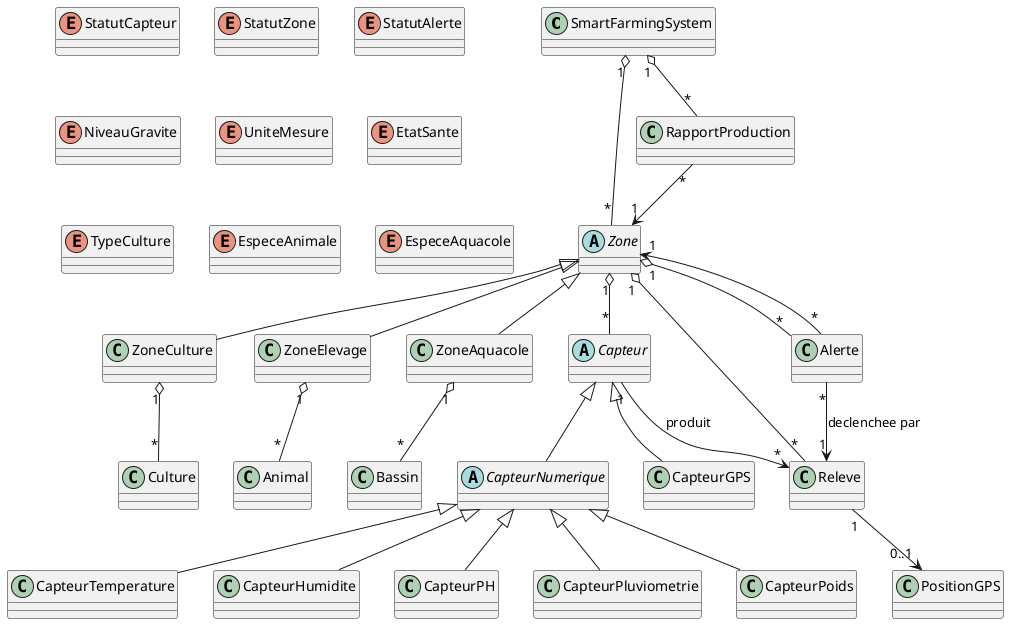
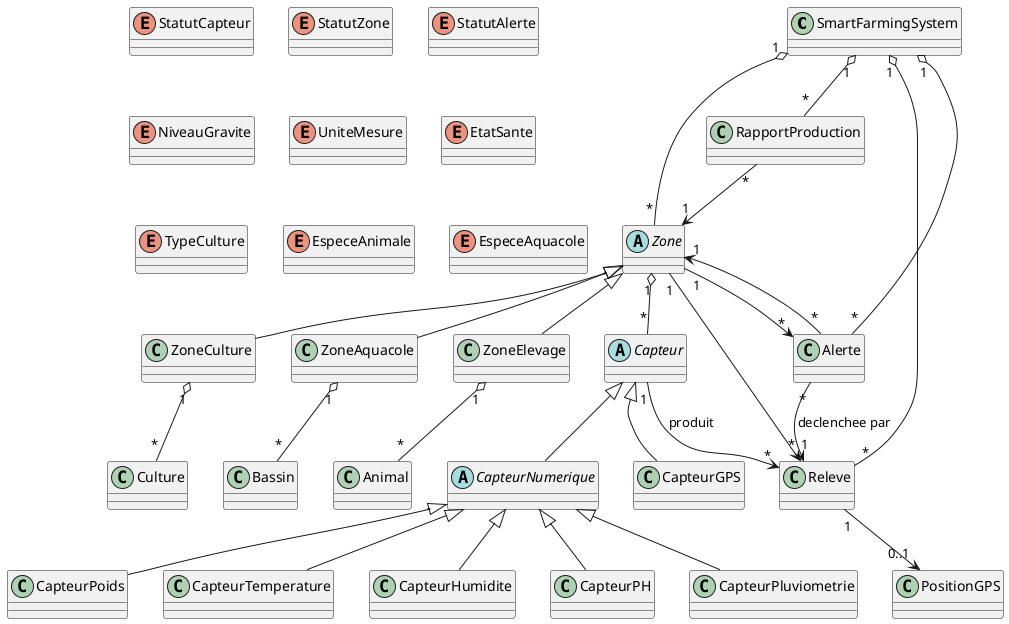
@startuml
class SmartFarmingSystem

abstract class Zone
class ZoneCulture
class ZoneElevage
class ZoneAquacole

class Culture
class Animal
class Bassin

abstract class Capteur
abstract class CapteurNumerique
class CapteurTemperature
class CapteurHumidite
class CapteurPH
class CapteurPluviometrie
class CapteurPoids
class CapteurGPS

class Releve
class PositionGPS
class Alerte
class RapportProduction

enum StatutCapteur
enum StatutZone
enum StatutAlerte
enum NiveauGravite
enum UniteMesure
enum EtatSante
enum TypeCulture
enum EspeceAnimale
enum EspeceAquacole

SmartFarmingSystem "1" o-- "*" Zone
+ SmartFarmingSystem "1" o-- "*" Releve
+ SmartFarmingSystem "1" o-- "*" Alerte
SmartFarmingSystem "1" o-- "*" RapportProduction
Zone <|-- ZoneCulture
Zone <|-- ZoneElevage
Zone <|-- ZoneAquacole
ZoneCulture "1" o-- "*" Culture
ZoneElevage "1" o-- "*" Animal
ZoneAquacole "1" o-- "*" Bassin
Zone "1" o-- "*" Capteur
- Zone "1" o-- "*" Releve
- Zone "1" o-- "*" Alerte
+ Zone "1" --> "*" Releve
+ Zone "1" --> "*" Alerte
Capteur <|-- CapteurNumerique
Capteur <|-- CapteurGPS
CapteurNumerique <|-- CapteurTemperature
CapteurNumerique <|-- CapteurHumidite
CapteurNumerique <|-- CapteurPH
CapteurNumerique <|-- CapteurPluviometrie
CapteurNumerique <|-- CapteurPoids
Capteur "1" --> "*" Releve : produit
Releve "1" --> "0..1" PositionGPS
Alerte "*" --> "1" Releve : declenchee par
Alerte "*" --> "1" Zone
RapportProduction "*" --> "1" Zone
@enduml
